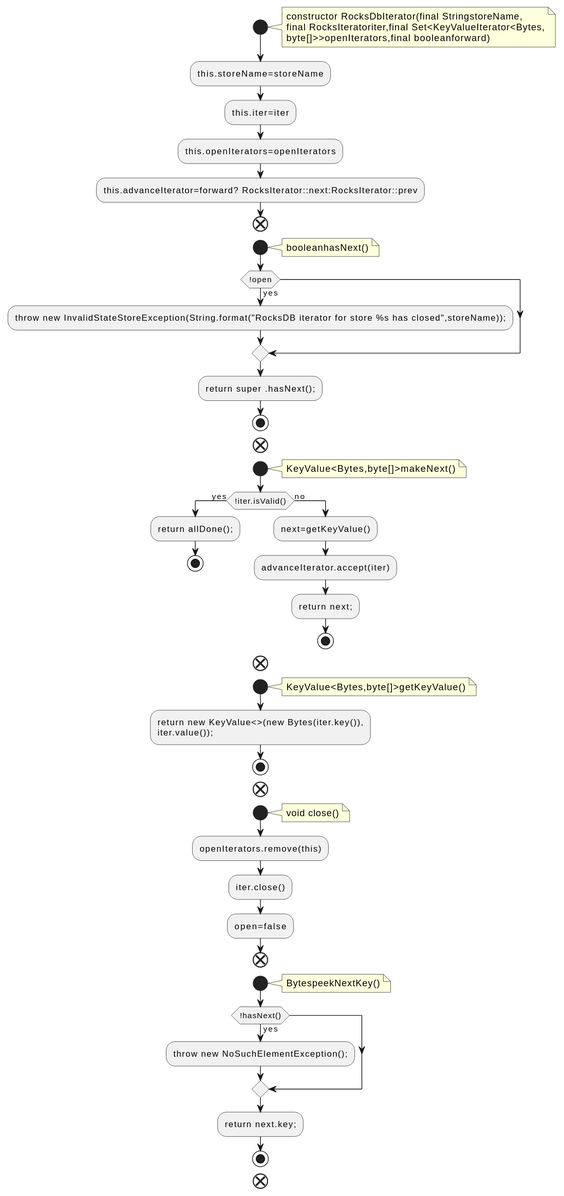
Before: docs/qc/streams/src/main/java/org/apache/kafka/streams/state/internals/RocksDbIterator.java.fct.svg, a diagram exported from PlantUML (qualitesys/kafka). Source of this version:
```plantuml
@startuml
!pragma layout smetana
start
note right
constructor RocksDbIterator(final StringstoreName,
final RocksIteratoriter,final Set<KeyValueIterator<Bytes,
byte[]>>openIterators,final booleanforward)
end note
:this.storeName=storeName;
:this.iter=iter;
:this.openIterators=openIterators;
:this.advanceIterator=forward? RocksIterator::next:RocksIterator::prev;
end
start
note right
booleanhasNext()
end note
if (!open) then (yes)
:throw new InvalidStateStoreException(String.format("RocksDB iterator for store %s has closed",storeName));;
endif
:return super .hasNext();;
stop
end
start
note right
KeyValue<Bytes,byte[]>makeNext()
end note
if (!iter.isValid()) then (yes)
:return allDone();;
stop
else (no)
:next=getKeyValue();
:advanceIterator.accept(iter);
:return next;;
stop
endif
end
start
note right
KeyValue<Bytes,byte[]>getKeyValue()
end note
:return new KeyValue<>(new Bytes(iter.key()),
iter.value());;
stop
end
start
note right
void close()
end note
:openIterators.remove(this);
:iter.close();
:open=false;
end
start
note right
BytespeekNextKey()
end note
if (!hasNext()) then (yes)
:throw new NoSuchElementException();;
endif
:return next.key;;
stop
end
@enduml
```
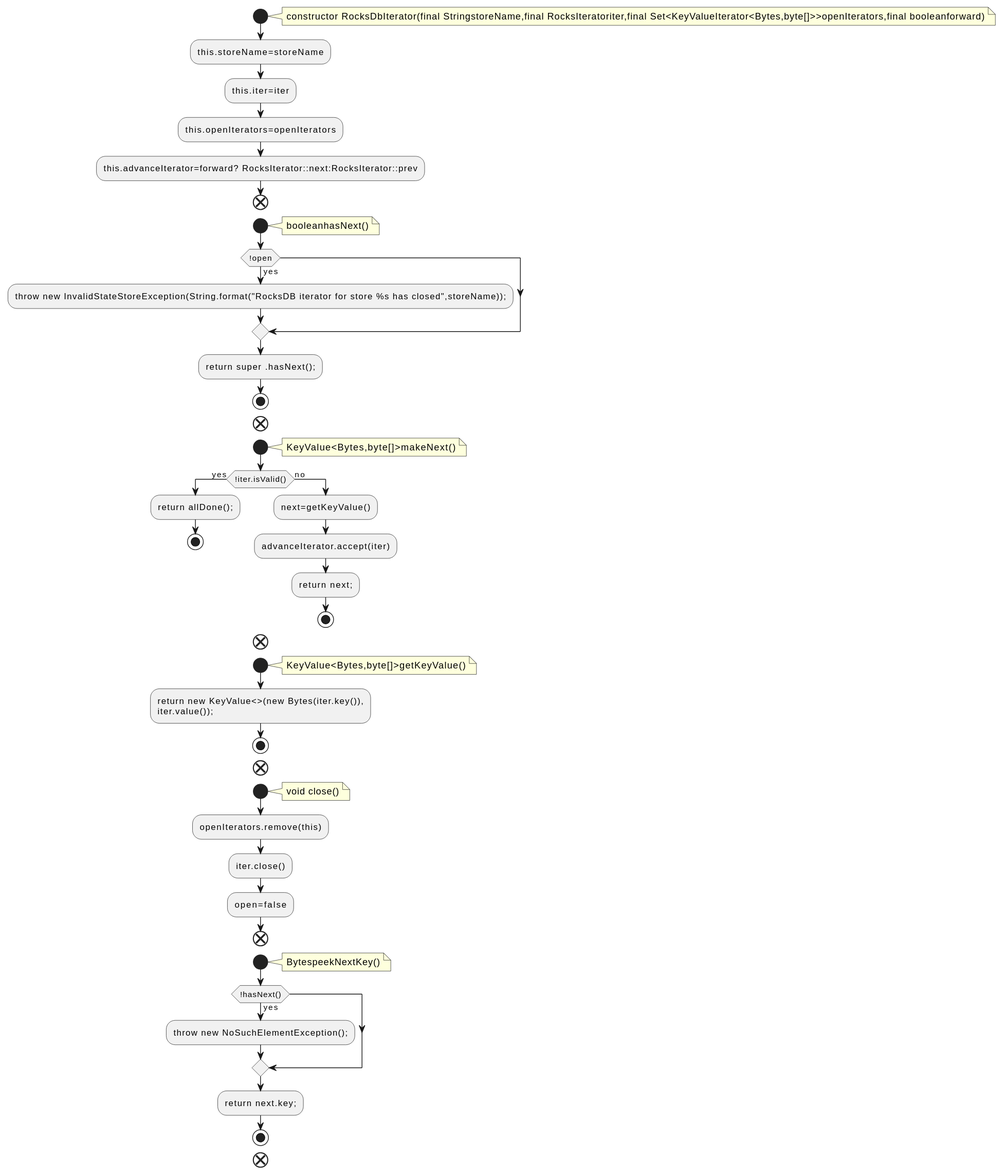
The same diagram one commit later.

Diff of the diagram source:
```diff
@@ -2,9 +2,7 @@
 !pragma layout smetana
 start
 note right
-constructor RocksDbIterator(final StringstoreName,
-final RocksIteratoriter,final Set<KeyValueIterator<Bytes,
-byte[]>>openIterators,final booleanforward)
+constructor RocksDbIterator(final StringstoreName,final RocksIteratoriter,final Set<KeyValueIterator<Bytes,byte[]>>openIterators,final booleanforward)
 end note
 :this.storeName=storeName;
 :this.iter=iter;
```
